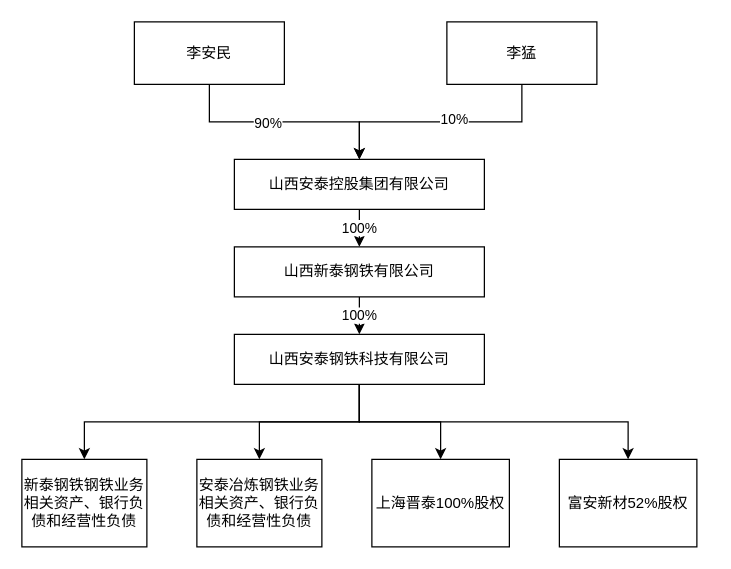
The draw.io diagram 最终资产控制情况.drawio in cherngzi/picbed, before the edit. Source tidied: cells renumbered, new cells numbered last; positions are measured from the earlier drawing's top-left corner, leaving out a move shared by most shapes. Both pictures are drawn from the tidied source at 125%, with x=0, y=0 at pixel (21, 21).
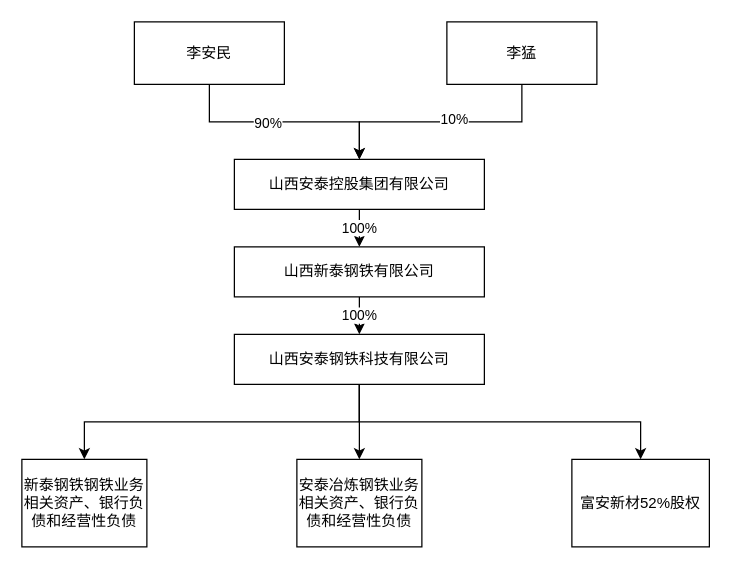
Above is the later version.

Commit message:
更新最终资产控制情况.drawio

Unchanged cells that the change refers to:
```xml
<mxCell id="14" value="山西安泰钢铁科技有限公司" style="rounded=0;whiteSpace=wrap;html=1;" parent="1" vertex="1">
  <mxGeometry x="170" y="250" width="200" height="40" as="geometry" />
</mxCell>
```

Change to the diagram source:
```diff
@@
-    <mxCell id="12" style="edgeStyle=orthogonalEdgeStyle;rounded=0;jettySize=auto;html=1;" parent="1" edge="1" source="14" target="16">
-      <mxGeometry relative="1" as="geometry" />
-    </mxCell>
     <mxCell id="13" style="edgeStyle=orthogonalEdgeStyle;rounded=0;jettySize=auto;html=1;entryX=0.5;entryY=0;entryDx=0;entryDy=0;" parent="1" edge="1" source="14" target="18">
       <mxGeometry relative="1" as="geometry">
         <Array as="points">
           <mxPoint x="270" y="320" />
-          <mxPoint x="485" y="320" />
+          <mxPoint x="495" y="320" />
         </Array>
       </mxGeometry>
     </mxCell>
@@
-    <mxCell id="16" value="上海晋泰100%股权" style="rounded=0;whiteSpace=wrap;html=1;" parent="1" vertex="1">
-      <mxGeometry x="280" y="350" width="110" height="70" as="geometry" />
-    </mxCell>
     <mxCell id="17" value="安泰冶炼钢铁业务相关资产、银行负债和经营性负债" style="rounded=0;whiteSpace=wrap;html=1;" parent="1" vertex="1">
-      <mxGeometry x="140" y="350" width="100" height="70" as="geometry" />
+      <mxGeometry x="220" y="350" width="100" height="70" as="geometry" />
     </mxCell>
     <mxCell id="18" value="富安新材52%股权" style="rounded=0;whiteSpace=wrap;html=1;" parent="1" vertex="1">
-      <mxGeometry x="430" y="350" width="110" height="70" as="geometry" />
+      <mxGeometry x="440" y="350" width="110" height="70" as="geometry" />
     </mxCell>
```
